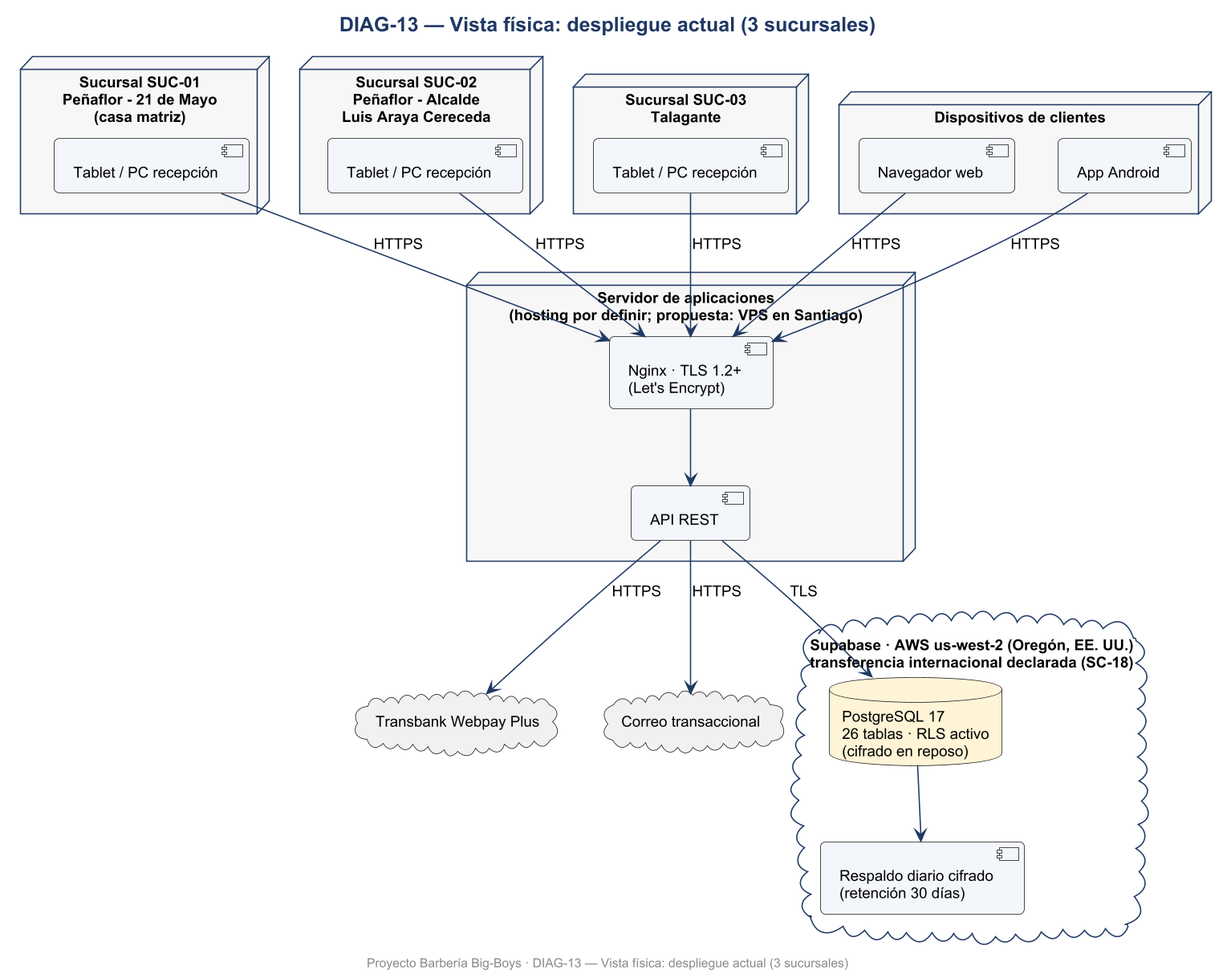
This is Fase 2/Evidencias Proyecto/Evidencias de documentación/Diagramas/png/DIAG-13_Vista_fisica_despliegue_actual_3_sucursales.png from Yerko-Rosales/Proyecto_Barberia, a PlantUML export, as it was before one commit.
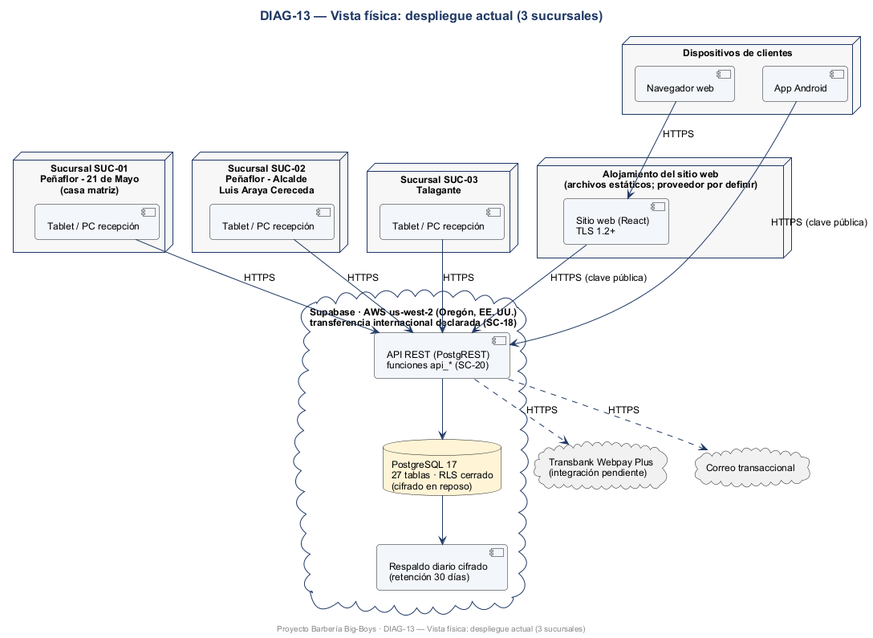
Later version of the same file.

What changed in the source:
```diff
@@ -1,5 +1,4 @@
 @startuml DIAG-13_Vista_fisica_despliegue_actual_3_sucursales
-skinparamlocked dpi 150
 skinparam defaultFontName Arial
 skinparam defaultFontSize 12
 skinparam shadowing false
@@ -47,26 +46,26 @@
   [Navegador web] as NAV
   [App Android] as AND
 }
-node "Servidor de aplicaciones\n(hosting por definir; propuesta: VPS en Santiago)" as APP {
-  [Nginx · TLS 1.2+\n(Let's Encrypt)] as NG
-  [API REST] as API
+node "Alojamiento del sitio web\n(archivos estáticos; proveedor por definir)" as WEB {
+  [Sitio web (React)\nTLS 1.2+] as SITE
 }
 cloud "Supabase · AWS us-west-2 (Oregón, EE. UU.)\ntransferencia internacional declarada (SC-18)" as SB {
-  database "PostgreSQL 17\n26 tablas · RLS activo\n(cifrado en reposo)" as PG
+  [API REST (PostgREST)\nfunciones api_* (SC-20)] as API
+  database "PostgreSQL 17\n27 tablas · RLS cerrado\n(cifrado en reposo)" as PG
   [Respaldo diario cifrado\n(retención 30 días)] as BK
 }
-cloud "Transbank Webpay Plus" as WP
+cloud "Transbank Webpay Plus\n(integración pendiente)" as WP
 cloud "Correo transaccional" as ML
-T1 --> NG : HTTPS
-T2 --> NG : HTTPS
-T3 --> NG : HTTPS
-NAV --> NG : HTTPS
-AND --> NG : HTTPS
-NG --> API
-API --> PG : TLS
+NAV --> SITE : HTTPS
+T1 --> API : HTTPS
+T2 --> API : HTTPS
+T3 --> API : HTTPS
+SITE --> API : HTTPS (clave pública)
+AND --> API : HTTPS (clave pública)
+API --> PG
 PG --> BK
-API --> WP : HTTPS
-API --> ML : HTTPS
+API ..> WP : HTTPS
+API ..> ML : HTTPS
 
 footer Proyecto Barbería Big-Boys · DIAG-13 — Vista física: despliegue actual (3 sucursales)
 @enduml
```
